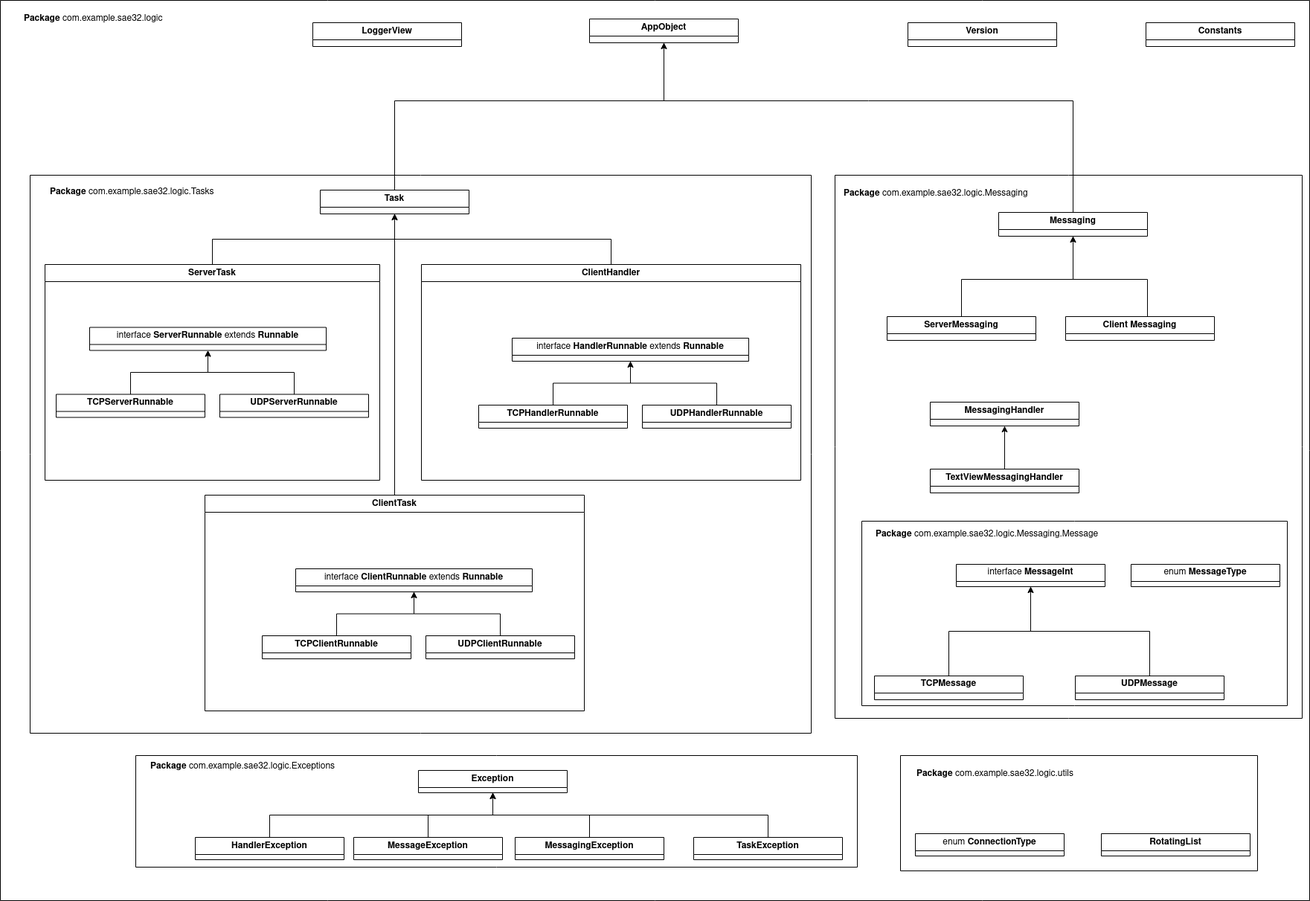
Above: img/sae32_struct.png in qwertyjuju/SAE32 (draw.io), before the change. Source tidied: cells renumbered, new cells last; positions are measured from the earlier drawing's top-left corner, leaving out a move shared by most shapes.
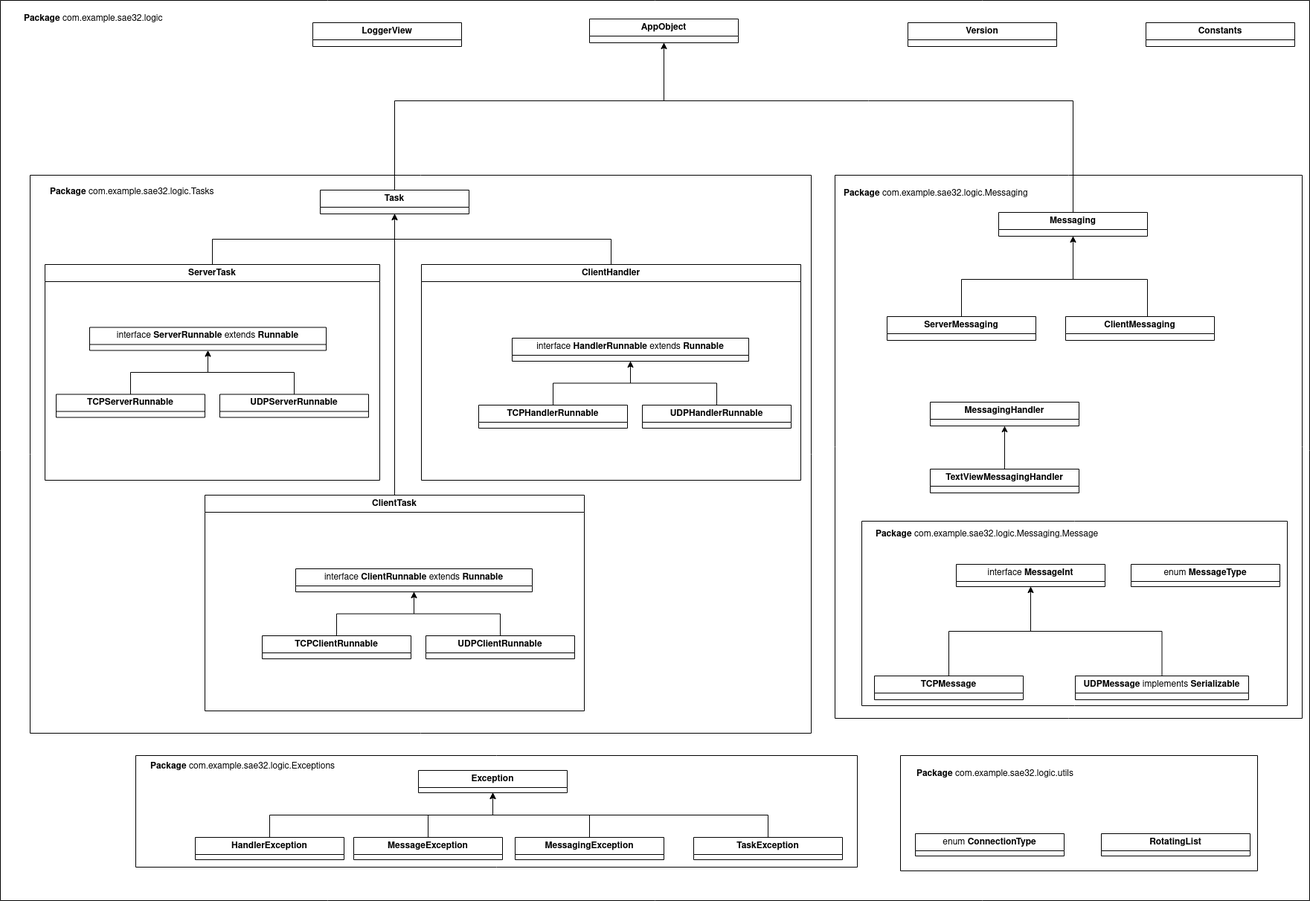
After the commit.

Diff of the diagram source:
```diff
@@ -118,7 +118,7 @@
         </Array>
       </mxGeometry>
     </mxCell>
-    <mxCell id="34" value="Client Messaging" style="swimlane;whiteSpace=wrap;html=1;" parent="29" vertex="1">
+    <mxCell id="34" value="ClientMessaging" style="swimlane;whiteSpace=wrap;html=1;" parent="29" vertex="1">
       <mxGeometry x="310" y="190" width="200" height="32" as="geometry" />
     </mxCell>
     <mxCell id="35" value="&lt;b&gt;Package&lt;/b&gt; com.example.sae32.logic.Messaging" style="text;html=1;strokeColor=none;fillColor=none;align=left;verticalAlign=middle;whiteSpace=wrap;rounded=0;" parent="29" vertex="1">
@@ -193,8 +193,8 @@
     <mxCell id="58" style="edgeStyle=orthogonalEdgeStyle;rounded=0;jettySize=auto;html=1;entryX=0.5;entryY=1;entryDx=0;entryDy=0;" parent="54" edge="1" source="59" target="55">
       <mxGeometry relative="1" as="geometry" />
     </mxCell>
-    <mxCell id="59" value="UDPMessage" style="swimlane;whiteSpace=wrap;html=1;" parent="54" vertex="1">
-      <mxGeometry x="287" y="208" width="200" height="32" as="geometry" />
+    <mxCell id="59" value="UDPMessage &lt;span style=&quot;font-weight: normal;&quot;&gt;implements&lt;/span&gt; Serializable" style="swimlane;whiteSpace=wrap;html=1;" parent="54" vertex="1">
+      <mxGeometry x="287" y="208" width="233" height="32" as="geometry" />
     </mxCell>
     <mxCell id="60" value="&lt;b&gt;Package&lt;/b&gt; com.example.sae32.logic.Messaging.Message" style="text;html=1;strokeColor=none;fillColor=none;align=left;verticalAlign=middle;whiteSpace=wrap;rounded=0;" parent="54" vertex="1">
       <mxGeometry x="17" y="3" width="313" height="30" as="geometry" />
```
